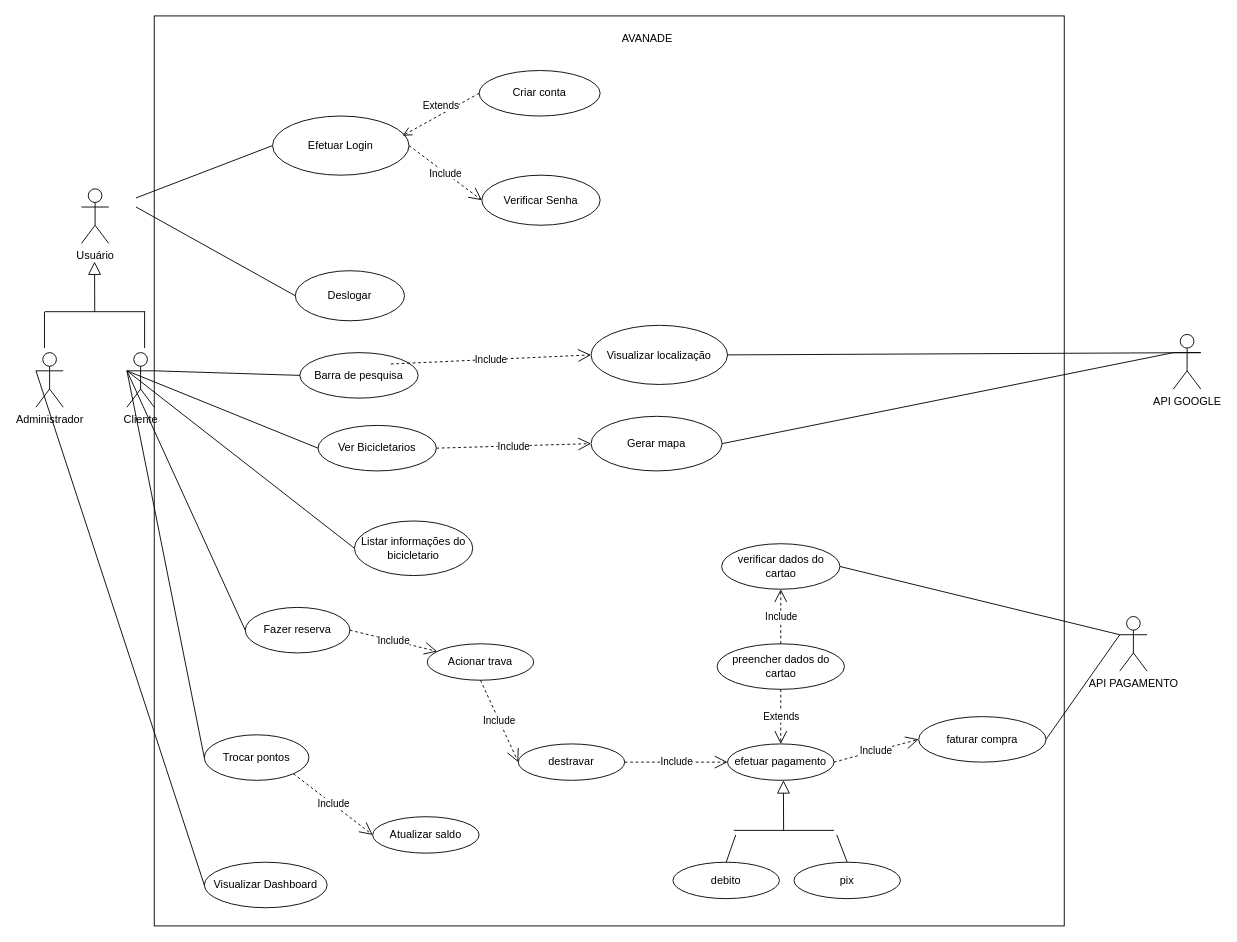
This is BancoDeDados-AVANADE/modelagem/casos-de-uso/casoDeUso.drawio from ProjetoAvanade/ProjetoAvanade, a draw.io file, before an edit. Source tidied: cells renumbered, new cells numbered last; positions are measured from the earlier drawing's top-left corner, leaving out a move shared by most shapes. Both pictures are drawn from the tidied source at 91%, with x=0, y=0 at pixel (35, 15).
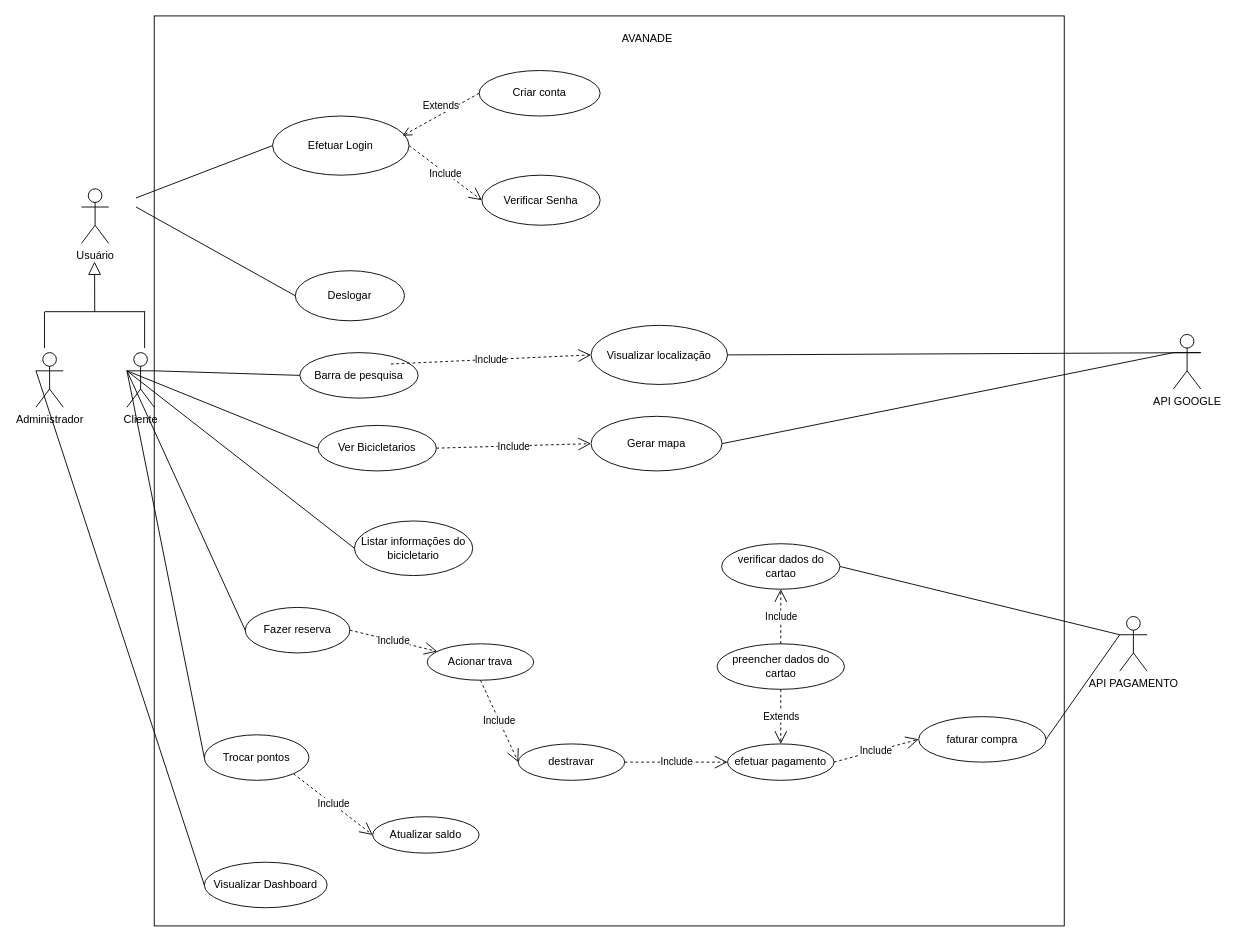
The same page after the edit.

Commit message (it also covers changes not shown here):
Atualizações na modelagem de caso de uso

Change to the diagram source:
```diff
@@
-    <mxCell id="42" style="endArrow=block;endFill=0;endSize=12;html=1;rounded=0;" parent="1" edge="1">
-      <mxGeometry relative="1" as="geometry">
-        <mxPoint x="821.6" y="895" as="sourcePoint" />
-        <mxPoint x="821.4" y="840" as="targetPoint" />
-      </mxGeometry>
-    </mxCell>
-    <mxCell id="43" style="endArrow=none;html=1;rounded=0;" parent="1" edge="1">
-      <mxGeometry relative="1" as="geometry">
-        <mxPoint x="767" y="895" as="sourcePoint" />
-        <mxPoint x="877" y="895" as="targetPoint" />
-      </mxGeometry>
-    </mxCell>
-    <mxCell id="44" style="endArrow=none;html=1;rounded=0;entryX=0.5;entryY=0;entryDx=0;entryDy=0;" parent="1" edge="1" target="45">
-      <mxGeometry relative="1" as="geometry">
-        <mxPoint x="769" y="900" as="sourcePoint" />
-      </mxGeometry>
-    </mxCell>
-    <mxCell id="45" value="debito" style="ellipse;whiteSpace=wrap;html=1;" parent="1" vertex="1">
-      <mxGeometry x="700" y="930" width="117" height="40" as="geometry" />
-    </mxCell>
-    <mxCell id="46" value="pix" style="ellipse;whiteSpace=wrap;html=1;" parent="1" vertex="1">
-      <mxGeometry x="833" y="930" width="117" height="40" as="geometry" />
-    </mxCell>
-    <mxCell id="47" style="endArrow=none;html=1;rounded=0;entryX=0.5;entryY=0;entryDx=0;entryDy=0;" parent="1" edge="1" target="46">
-      <mxGeometry relative="1" as="geometry">
-        <mxPoint x="880" y="900" as="sourcePoint" />
-      </mxGeometry>
-    </mxCell>
```
